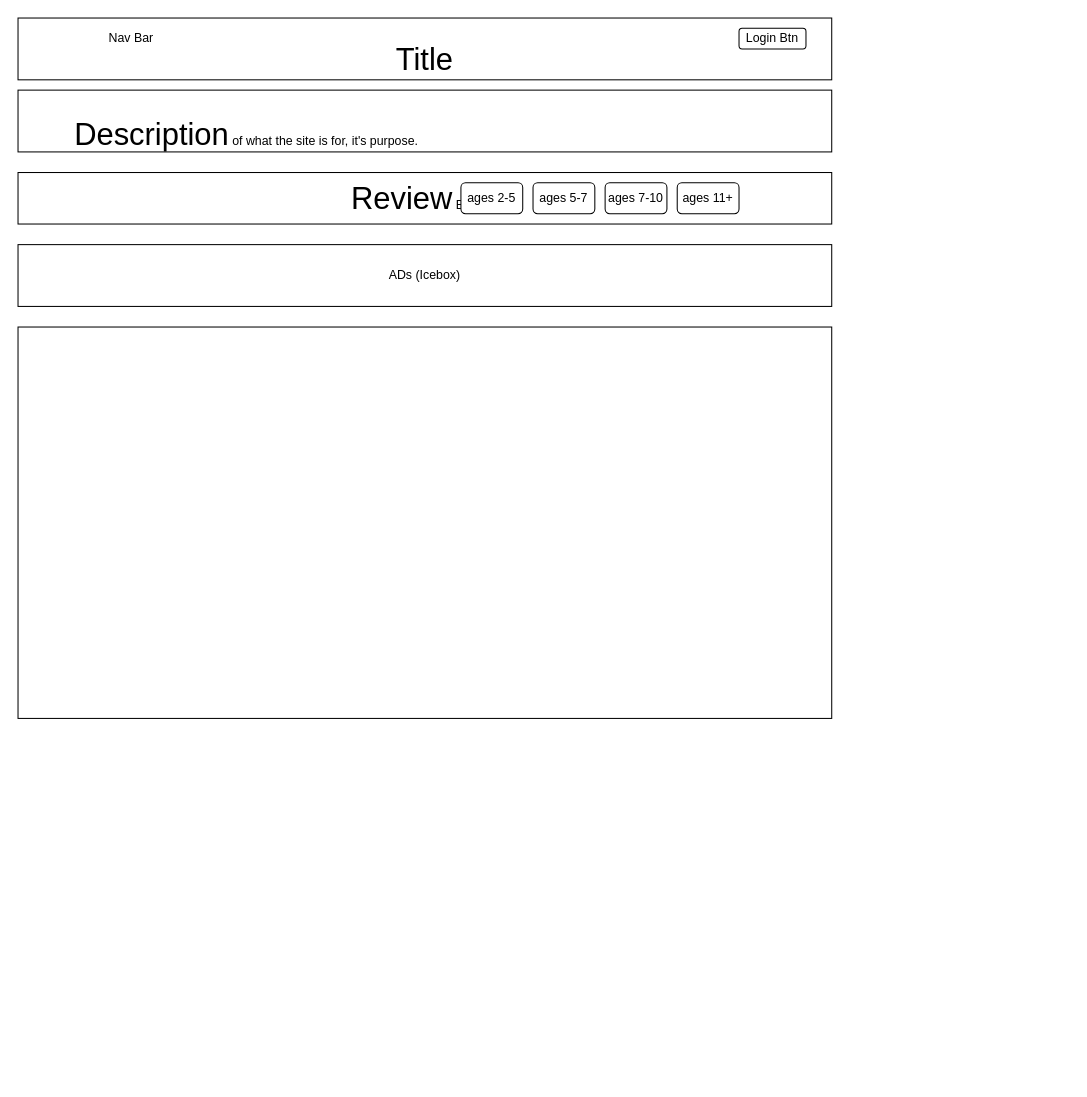
The draw.io diagram page "Main Page" (1 of 2) of project-3-sketchup.drawio in Leevie/park-sense-app, before the edit. Source tidied: cells renumbered, new cells numbered last; positions are measured from the earlier drawing's top-left corner, leaving out a move shared by most shapes. Both pictures are drawn from the tidied source at 103%, with x=0, y=0 at pixel (18, 18).
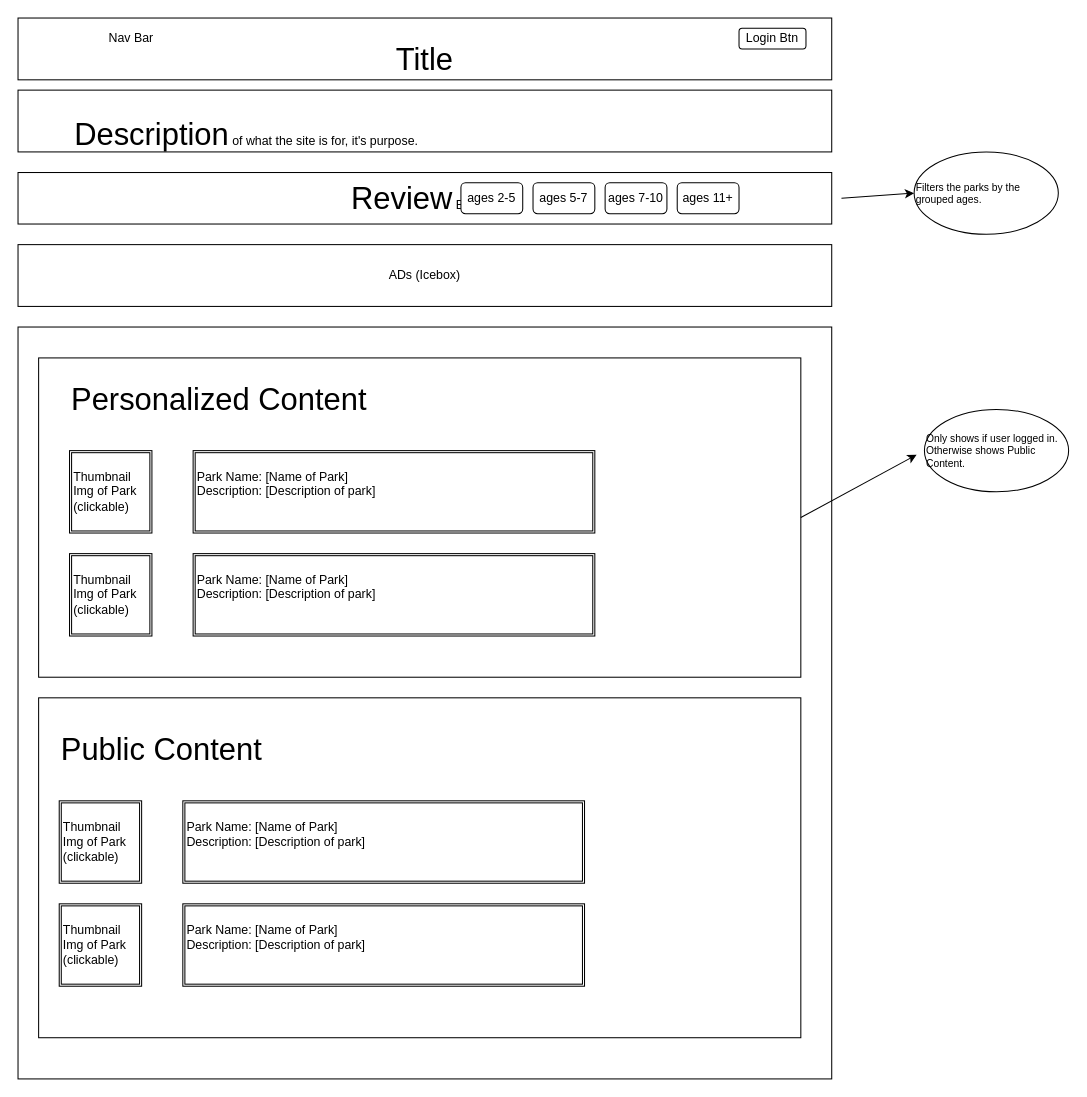
After the change.

The change refers to these unchanged cells:
```xml
<mxCell id="6" value="&lt;font style=&quot;font-size: 30px&quot;&gt;Review&lt;/font&gt; Buttons" style="rounded=0;whiteSpace=wrap;html=1;" parent="1" vertex="1">
  <mxGeometry y="150" width="790" height="50" as="geometry" />
</mxCell>
```

Change to the diagram source:
```diff
@@
     <mxCell id="12" style="rounded=0;whiteSpace=wrap;html=1;" parent="1" vertex="1">
-      <mxGeometry y="300" width="790" height="380" as="geometry" />
+      <mxGeometry y="300" width="790" height="730" as="geometry" />
     </mxCell>
@@
+    <mxCell id="15" style="rounded=0;whiteSpace=wrap;html=1;" parent="1" vertex="1">
+      <mxGeometry x="20" y="330" width="740" height="310" as="geometry" />
+    </mxCell>
+    <mxCell id="16" style="rounded=0;whiteSpace=wrap;html=1;" parent="1" vertex="1">
+      <mxGeometry x="20" y="660" width="740" height="330" as="geometry" />
+    </mxCell>
+    <mxCell id="17" value="&lt;div style=&quot;text-align: left&quot;&gt;&lt;span style=&quot;font-size: 30px&quot;&gt;Public Content&lt;/span&gt;&lt;/div&gt;" style="text;html=1;strokeColor=none;fillColor=none;align=left;verticalAlign=middle;whiteSpace=wrap;rounded=0;" parent="1" vertex="1">
+      <mxGeometry x="40" y="700" width="380" height="20" as="geometry" />
+    </mxCell>
+    <mxCell id="18" value="&lt;font style=&quot;font-size: 30px&quot;&gt;Personalized Content&lt;br&gt;&lt;/font&gt;" style="text;html=1;strokeColor=none;fillColor=none;align=left;verticalAlign=middle;whiteSpace=wrap;rounded=0;" parent="1" vertex="1">
+      <mxGeometry x="50" y="360" width="380" height="20" as="geometry" />
+    </mxCell>
+    <mxCell id="19" value="Thumbnail Img of Park (clickable)&lt;br&gt;" style="shape=ext;double=1;whiteSpace=wrap;html=1;align=left;" parent="1" vertex="1">
+      <mxGeometry x="50" y="420" width="80" height="80" as="geometry" />
+    </mxCell>
+    <mxCell id="20" value="Park Name: [Name of Park]&lt;br&gt;Description: [Description of park]&lt;br&gt;&lt;br&gt;" style="shape=ext;double=1;rounded=0;whiteSpace=wrap;html=1;align=left;" parent="1" vertex="1">
+      <mxGeometry x="170" y="420" width="390" height="80" as="geometry" />
+    </mxCell>
+    <mxCell id="21" value="Thumbnail Img of Park (clickable)&lt;br&gt;" style="shape=ext;double=1;whiteSpace=wrap;html=1;align=left;" parent="1" vertex="1">
+      <mxGeometry x="40" y="760" width="80" height="80" as="geometry" />
+    </mxCell>
+    <mxCell id="22" value="Park Name: [Name of Park]&lt;br&gt;Description: [Description of park]&lt;br&gt;&lt;br&gt;" style="shape=ext;double=1;rounded=0;whiteSpace=wrap;html=1;align=left;" parent="1" vertex="1">
+      <mxGeometry x="160" y="760" width="390" height="80" as="geometry" />
+    </mxCell>
+    <mxCell id="23" value="Thumbnail Img of Park (clickable)&lt;br&gt;" style="shape=ext;double=1;whiteSpace=wrap;html=1;align=left;" parent="1" vertex="1">
+      <mxGeometry x="50" y="520" width="80" height="80" as="geometry" />
+    </mxCell>
+    <mxCell id="24" value="Park Name: [Name of Park]&lt;br&gt;Description: [Description of park]&lt;br&gt;&lt;br&gt;" style="shape=ext;double=1;rounded=0;whiteSpace=wrap;html=1;align=left;" parent="1" vertex="1">
+      <mxGeometry x="170" y="520" width="390" height="80" as="geometry" />
+    </mxCell>
+    <mxCell id="25" value="Thumbnail Img of Park (clickable)&lt;br&gt;" style="shape=ext;double=1;whiteSpace=wrap;html=1;align=left;" parent="1" vertex="1">
+      <mxGeometry x="40" y="860" width="80" height="80" as="geometry" />
+    </mxCell>
+    <mxCell id="26" value="Park Name: [Name of Park]&lt;br&gt;Description: [Description of park]&lt;br&gt;&lt;br&gt;" style="shape=ext;double=1;rounded=0;whiteSpace=wrap;html=1;align=left;" parent="1" vertex="1">
+      <mxGeometry x="160" y="860" width="390" height="80" as="geometry" />
+    </mxCell>
+    <mxCell id="27" style="endArrow=classic;html=1;fontSize=10;exitX=1;exitY=0.5;exitDx=0;exitDy=0;entryX=-0.054;entryY=0.55;entryDx=0;entryDy=0;entryPerimeter=0;" parent="1" edge="1" source="15" target="28">
+      <mxGeometry relative="1" as="geometry" />
+    </mxCell>
+    <mxCell id="28" value="Only shows if user logged in.&amp;nbsp; Otherwise shows Public Content.&lt;br style=&quot;font-size: 10px&quot;&gt;" style="ellipse;whiteSpace=wrap;html=1;fontSize=10;align=left;" parent="1" vertex="1">
+      <mxGeometry x="880" y="380" width="140" height="80" as="geometry" />
+    </mxCell>
+    <mxCell id="29" style="endArrow=classic;html=1;fontSize=10;exitX=1.012;exitY=0.5;exitDx=0;exitDy=0;exitPerimeter=0;entryX=0;entryY=0.5;entryDx=0;entryDy=0;" parent="1" edge="1" source="6" target="30">
+      <mxGeometry relative="1" as="geometry" />
+    </mxCell>
+    <mxCell id="30" value="Filters the parks by the grouped ages.&lt;br style=&quot;font-size: 10px&quot;&gt;" style="ellipse;whiteSpace=wrap;html=1;fontSize=10;align=left;" parent="1" vertex="1">
+      <mxGeometry x="870" y="130" width="140" height="80" as="geometry" />
+    </mxCell>
```
